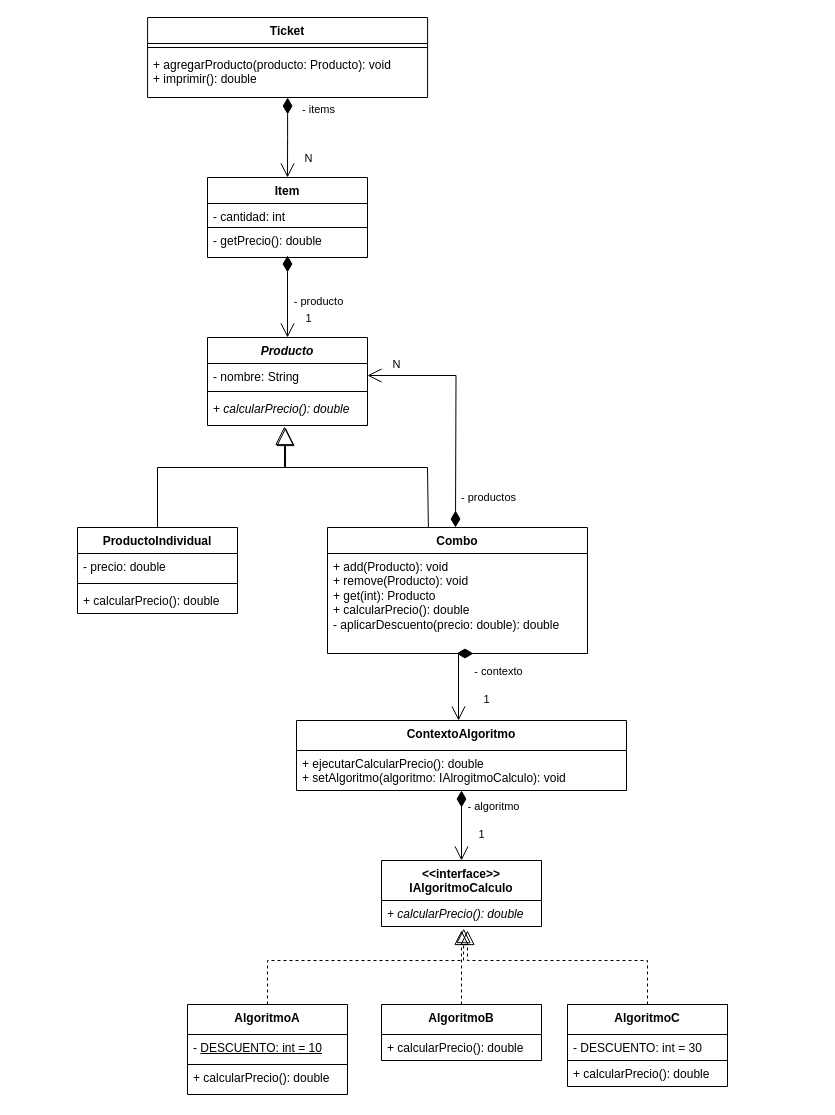
Above: TP4/PatrónCompositeUML.drawio in fedepuleio/PR2_Grupo1 (draw.io), before the change. Source tidied: cells renumbered, new cells numbered last; positions are measured from the earlier drawing's top-left corner, leaving out a move shared by most shapes. Both pictures are drawn from the tidied source at 100%, with x=0, y=0 at pixel (77, 17).
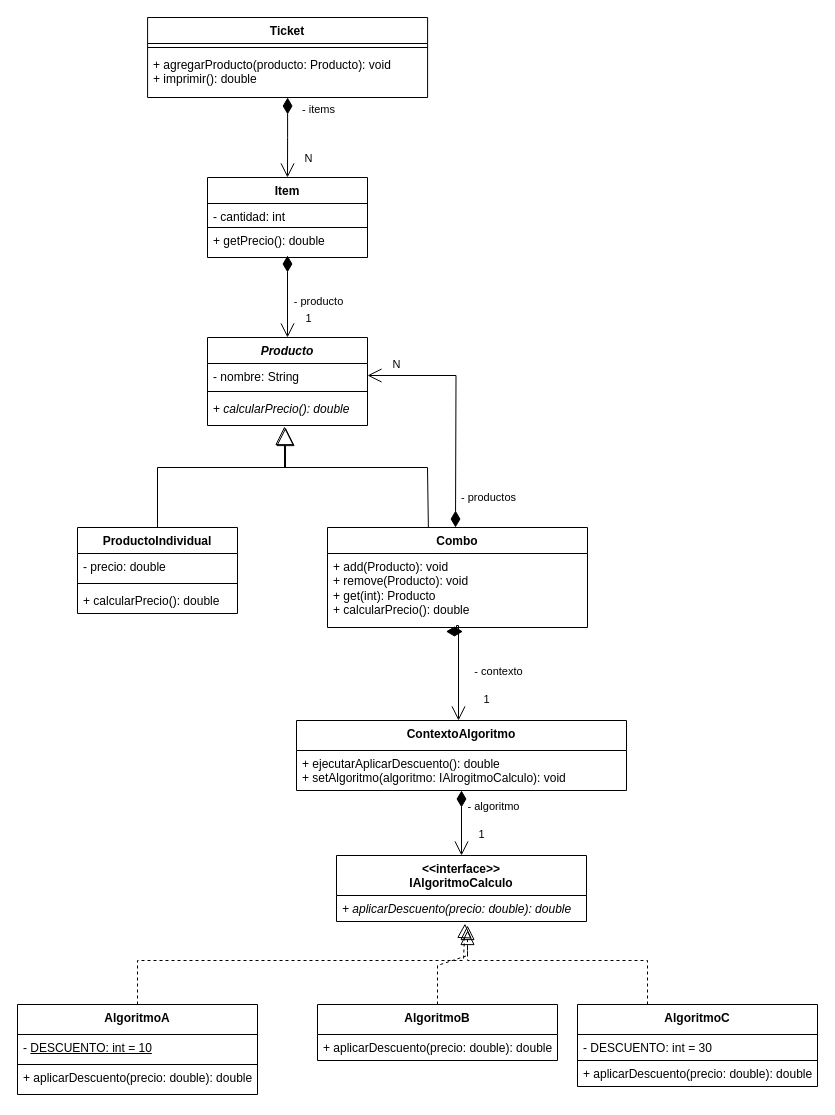
The same page after the edit.

Commit message (it also covers changes not shown here):
Correcciones a UML del tp del patron composite

The change refers to these unchanged cells:
```xml
<mxCell id="2" value="&lt;i&gt;Producto&lt;/i&gt;" style="swimlane;fontStyle=1;align=center;verticalAlign=top;horizontal=1;startSize=26;whiteSpace=wrap;html=1;" parent="1" vertex="1">
  <mxGeometry x="130" y="320" width="160" height="88" as="geometry" />
</mxCell>
<mxCell id="3" value="- nombre: String" style="text;strokeColor=none;fillColor=none;align=left;verticalAlign=top;spacingLeft=4;spacingRight=4;overflow=hidden;points=[[0,0.5],[1,0.5]];portConstraint=eastwest;whiteSpace=wrap;html=1;" parent="2" vertex="1">
  <mxGeometry y="26" width="160" height="24" as="geometry" />
</mxCell>
<mxCell id="19" value="+ agregarProducto(producto: Producto): void&lt;br&gt;+ imprimir(): double" style="text;strokeColor=none;fillColor=none;align=left;verticalAlign=top;spacingLeft=4;spacingRight=4;overflow=hidden;points=[[0,0.5],[1,0.5]];portConstraint=eastwest;whiteSpace=wrap;html=1;" parent="17" vertex="1">
  <mxGeometry y="34" width="280" height="46" as="geometry" />
</mxCell>
<mxCell id="23" value="Item" style="swimlane;fontStyle=1;align=center;verticalAlign=top;horizontal=1;startSize=26;whiteSpace=wrap;html=1;" parent="1" vertex="1">
  <mxGeometry x="130" y="160" width="160" height="80" as="geometry" />
</mxCell>
<mxCell id="42" value="ContextoAlgoritmo" style="swimlane;fontStyle=1;align=center;verticalAlign=top;horizontal=1;startSize=30;whiteSpace=wrap;html=1;" parent="1" vertex="1">
  <mxGeometry x="219" y="703" width="330" height="70" as="geometry" />
</mxCell>
```

The edit, as a diff of the source:
```diff
@@
     <mxCell id="10" value="Combo" style="swimlane;fontStyle=1;align=center;verticalAlign=top;horizontal=1;startSize=26;whiteSpace=wrap;html=1;" parent="1" vertex="1">
-      <mxGeometry x="250" y="510" width="260" height="126" as="geometry" />
+      <mxGeometry x="250" y="510" width="260" height="100" as="geometry" />
     </mxCell>
-    <mxCell id="11" value="+ add(Producto): void&lt;br&gt;+ remove(Producto): void&lt;br&gt;+ get(int): Producto&lt;br&gt;+ calcularPrecio(): double&lt;br&gt;- aplicarDescuento(precio: double): double" style="text;strokeColor=none;fillColor=none;align=left;verticalAlign=top;spacingLeft=4;spacingRight=4;overflow=hidden;whiteSpace=wrap;html=1;" parent="10" vertex="1">
-      <mxGeometry y="26" width="260" height="100" as="geometry" />
-    </mxCell>
+    <mxCell id="50" value="+ add(Producto): void&lt;br&gt;+ remove(Producto): void&lt;br&gt;+ get(int): Producto&lt;br&gt;+ calcularPrecio(): double" style="text;strokeColor=none;fillColor=none;align=left;verticalAlign=top;spacingLeft=4;spacingRight=4;overflow=hidden;points=[[0,0.5],[1,0.5]];portConstraint=eastwest;whiteSpace=wrap;html=1;" parent="10" vertex="1">
+      <mxGeometry y="26" width="260" height="74" as="geometry" />
+    </mxCell>
@@
-    <mxCell id="14" style="endArrow=open;html=1;endSize=12;startArrow=diamondThin;startSize=14;startFill=1;edgeStyle=orthogonalEdgeStyle;align=left;verticalAlign=bottom;rounded=0;entryX=1;entryY=0.5;entryDx=0;entryDy=0;" parent="1" edge="1" target="3">
-      <mxGeometry x="-1" y="3" relative="1" as="geometry">
-        <mxPoint x="378" y="510" as="sourcePoint" />
-      </mxGeometry>
-    </mxCell>
+    <mxCell id="51" style="endArrow=open;html=1;endSize=12;startArrow=diamondThin;startSize=14;startFill=1;edgeStyle=orthogonalEdgeStyle;align=left;verticalAlign=bottom;rounded=0;entryX=1;entryY=0.5;entryDx=0;entryDy=0;" parent="1" edge="1" target="3">
+      <mxGeometry x="-1" y="3" relative="1" as="geometry">
+        <mxPoint x="378" y="510" as="sourcePoint" />
+      </mxGeometry>
+    </mxCell>
-    <mxCell id="15" value="1" style="edgeLabel;html=1;align=center;verticalAlign=middle;" parent="14" vertex="1">
+    <mxCell id="15" value="1" style="edgeLabel;html=1;align=center;verticalAlign=middle;" parent="51" vertex="1">
       <mxGeometry x="-0.64" y="-3" relative="1" as="geometry">
         <mxPoint x="-151" y="-167" as="offset" />
       </mxGeometry>
     </mxCell>
-    <mxCell id="16" value="- productos" style="edgeLabel;html=1;align=center;verticalAlign=middle;" parent="14" vertex="1">
+    <mxCell id="16" value="- productos" style="edgeLabel;html=1;align=center;verticalAlign=middle;" parent="51" vertex="1">
       <mxGeometry x="-0.08" y="-1" relative="1" as="geometry">
         <mxPoint x="31" y="80" as="offset" />
       </mxGeometry>
     </mxCell>
@@
-    <mxCell id="20" style="endArrow=open;html=1;endSize=12;startArrow=diamondThin;startSize=14;startFill=1;edgeStyle=orthogonalEdgeStyle;align=left;verticalAlign=bottom;rounded=0;exitX=0.5;exitY=1;exitDx=0;exitDy=0;exitPerimeter=0;" parent="1" edge="1" source="19">
-      <mxGeometry x="-1" y="3" relative="1" as="geometry">
-        <mxPoint x="210" y="160" as="targetPoint" />
-      </mxGeometry>
-    </mxCell>
+    <mxCell id="52" style="endArrow=open;html=1;endSize=12;startArrow=diamondThin;startSize=14;startFill=1;edgeStyle=orthogonalEdgeStyle;align=left;verticalAlign=bottom;rounded=0;exitX=0.5;exitY=1;exitDx=0;exitDy=0;exitPerimeter=0;" parent="1" edge="1" source="19">
+      <mxGeometry x="-1" y="3" relative="1" as="geometry">
+        <mxPoint x="210" y="160" as="targetPoint" />
+      </mxGeometry>
+    </mxCell>
-    <mxCell id="21" value="- items" style="edgeLabel;html=1;align=center;verticalAlign=middle;" parent="20" vertex="1">
+    <mxCell id="21" value="- items" style="edgeLabel;html=1;align=center;verticalAlign=middle;" parent="52" vertex="1">
       <mxGeometry x="-0.08" y="-1" relative="1" as="geometry">
         <mxPoint x="31" y="-26" as="offset" />
       </mxGeometry>
     </mxCell>
@@
-    <mxCell id="25" value="- getPrecio(): double" style="text;strokeColor=none;fillColor=none;align=left;verticalAlign=top;spacingLeft=4;spacingRight=4;overflow=hidden;whiteSpace=wrap;html=1;" parent="23" vertex="1">
-      <mxGeometry y="50" width="160" height="30" as="geometry" />
-    </mxCell>
+    <mxCell id="53" value="+ getPrecio(): double" style="text;strokeColor=none;fillColor=none;align=left;verticalAlign=top;spacingLeft=4;spacingRight=4;overflow=hidden;whiteSpace=wrap;html=1;" parent="23" vertex="1">
+      <mxGeometry y="50" width="160" height="30" as="geometry" />
+    </mxCell>
@@
-    <mxCell id="27" style="endArrow=open;html=1;endSize=12;startArrow=diamondThin;startSize=14;startFill=1;edgeStyle=orthogonalEdgeStyle;align=left;verticalAlign=bottom;rounded=0;entryX=0.5;entryY=0;entryDx=0;entryDy=0;" parent="1" edge="1" target="2">
-      <mxGeometry x="-1" y="3" relative="1" as="geometry">
-        <mxPoint x="210" y="238" as="sourcePoint" />
-        <Array as="points">
-          <mxPoint x="210" y="238" />
-          <mxPoint x="210" y="238" />
-        </Array>
-      </mxGeometry>
-    </mxCell>
+    <mxCell id="54" style="endArrow=open;html=1;endSize=12;startArrow=diamondThin;startSize=14;startFill=1;edgeStyle=orthogonalEdgeStyle;align=left;verticalAlign=bottom;rounded=0;entryX=0.5;entryY=0;entryDx=0;entryDy=0;" parent="1" edge="1" target="2">
+      <mxGeometry x="-1" y="3" relative="1" as="geometry">
+        <mxPoint x="210" y="238" as="sourcePoint" />
+        <Array as="points">
+          <mxPoint x="210" y="238" />
+          <mxPoint x="210" y="238" />
+        </Array>
+      </mxGeometry>
+    </mxCell>
-    <mxCell id="28" value="- producto" style="edgeLabel;html=1;align=center;verticalAlign=middle;" parent="27" vertex="1">
+    <mxCell id="28" value="- producto" style="edgeLabel;html=1;align=center;verticalAlign=middle;" parent="54" vertex="1">
       <mxGeometry x="-0.08" y="-1" relative="1" as="geometry">
         <mxPoint x="31" y="7" as="offset" />
       </mxGeometry>
     </mxCell>
     <mxCell id="29" value="&amp;lt;&amp;lt;interface&amp;gt;&amp;gt;&lt;br&gt;IAlgoritmoCalculo" style="swimlane;fontStyle=1;align=center;verticalAlign=top;horizontal=1;startSize=40;whiteSpace=wrap;html=1;" parent="1" vertex="1">
-      <mxGeometry x="304" y="843" width="160" height="66" as="geometry" />
+      <mxGeometry x="259" y="838" width="250" height="66" as="geometry" />
     </mxCell>
-    <mxCell id="30" value="&lt;i&gt;+ calcularPrecio(): double&lt;/i&gt;" style="text;strokeColor=none;fillColor=none;align=left;verticalAlign=top;spacingLeft=4;spacingRight=4;overflow=hidden;points=[[0,0.5],[1,0.5]];portConstraint=eastwest;whiteSpace=wrap;html=1;" parent="29" vertex="1">
-      <mxGeometry y="40" width="160" height="26" as="geometry" />
-    </mxCell>
+    <mxCell id="55" value="&lt;i&gt;+ aplicarDescuento(precio: double): double&lt;/i&gt;" style="text;strokeColor=none;fillColor=none;align=left;verticalAlign=top;spacingLeft=4;spacingRight=4;overflow=hidden;points=[[0,0.5],[1,0.5]];portConstraint=eastwest;whiteSpace=wrap;html=1;" parent="29" vertex="1">
+      <mxGeometry y="40" width="250" height="26" as="geometry" />
+    </mxCell>
     <mxCell id="31" value="AlgoritmoA" style="swimlane;fontStyle=1;align=center;verticalAlign=top;horizontal=1;startSize=30;whiteSpace=wrap;html=1;" parent="1" vertex="1">
-      <mxGeometry x="110" y="987" width="160" height="90" as="geometry" />
+      <mxGeometry x="-60" y="987" width="240" height="90" as="geometry" />
     </mxCell>
     <mxCell id="32" value="- &lt;u&gt;DESCUENTO: int = 10&lt;/u&gt;" style="text;strokeColor=default;fillColor=none;align=left;verticalAlign=top;spacingLeft=4;spacingRight=4;overflow=hidden;whiteSpace=wrap;html=1;" parent="31" vertex="1">
-      <mxGeometry y="30" width="160" height="30" as="geometry" />
+      <mxGeometry y="30" width="240" height="30" as="geometry" />
     </mxCell>
-    <mxCell id="33" value="+ calcularPrecio(): double" style="text;strokeColor=none;fillColor=none;align=left;verticalAlign=top;spacingLeft=4;spacingRight=4;overflow=hidden;whiteSpace=wrap;html=1;" parent="31" vertex="1">
-      <mxGeometry y="60" width="160" height="30" as="geometry" />
-    </mxCell>
+    <mxCell id="56" value="+ aplicarDescuento(precio: double): double" style="text;strokeColor=none;fillColor=none;align=left;verticalAlign=top;spacingLeft=4;spacingRight=4;overflow=hidden;whiteSpace=wrap;html=1;" parent="31" vertex="1">
+      <mxGeometry y="60" width="240" height="30" as="geometry" />
+    </mxCell>
     <mxCell id="34" value="AlgoritmoB" style="swimlane;fontStyle=1;align=center;verticalAlign=top;horizontal=1;startSize=30;whiteSpace=wrap;html=1;" parent="1" vertex="1">
-      <mxGeometry x="304" y="987" width="160" height="56" as="geometry" />
+      <mxGeometry x="240" y="987" width="240" height="56" as="geometry" />
     </mxCell>
-    <mxCell id="35" value="+ calcularPrecio(): double" style="text;strokeColor=none;fillColor=none;align=left;verticalAlign=top;spacingLeft=4;spacingRight=4;overflow=hidden;whiteSpace=wrap;html=1;" parent="34" vertex="1">
-      <mxGeometry y="30" width="160" height="26" as="geometry" />
-    </mxCell>
+    <mxCell id="57" value="+ aplicarDescuento(precio: double): double" style="text;strokeColor=none;fillColor=none;align=left;verticalAlign=top;spacingLeft=4;spacingRight=4;overflow=hidden;whiteSpace=wrap;html=1;" parent="34" vertex="1">
+      <mxGeometry y="30" width="240" height="26" as="geometry" />
+    </mxCell>
     <mxCell id="36" value="AlgoritmoC" style="swimlane;fontStyle=1;align=center;verticalAlign=top;horizontal=1;startSize=30;whiteSpace=wrap;html=1;" parent="1" vertex="1">
-      <mxGeometry x="490" y="987" width="160" height="82" as="geometry" />
+      <mxGeometry x="500" y="987" width="240" height="82" as="geometry" />
     </mxCell>
     <mxCell id="37" value="- DESCUENTO: int = 30" style="text;strokeColor=default;fillColor=none;align=left;verticalAlign=top;spacingLeft=4;spacingRight=4;overflow=hidden;whiteSpace=wrap;html=1;" parent="36" vertex="1">
-      <mxGeometry y="30" width="160" height="26" as="geometry" />
+      <mxGeometry y="30" width="240" height="26" as="geometry" />
     </mxCell>
-    <mxCell id="38" value="+ calcularPrecio(): double" style="text;strokeColor=none;fillColor=none;align=left;verticalAlign=top;spacingLeft=4;spacingRight=4;overflow=hidden;whiteSpace=wrap;html=1;" parent="36" vertex="1">
-      <mxGeometry y="56" width="160" height="26" as="geometry" />
-    </mxCell>
-    <mxCell id="39" style="endArrow=block;dashed=1;endFill=0;endSize=12;html=1;rounded=0;exitX=0.5;exitY=0;exitDx=0;exitDy=0;entryX=0.514;entryY=1.081;entryDx=0;entryDy=0;entryPerimeter=0;" parent="1" edge="1" source="31" target="30">
-      <mxGeometry relative="1" as="geometry">
-        <Array as="points">
-          <mxPoint x="190" y="943" />
-          <mxPoint x="386" y="943" />
-        </Array>
-      </mxGeometry>
-    </mxCell>
-    <mxCell id="40" style="endArrow=block;dashed=1;endFill=0;endSize=12;html=1;rounded=0;exitX=0.5;exitY=0;exitDx=0;exitDy=0;" parent="1" edge="1" source="34">
-      <mxGeometry relative="1" as="geometry">
-        <mxPoint x="384" y="913" as="targetPoint" />
-        <Array as="points">
-          <mxPoint x="384" y="953" />
-        </Array>
-      </mxGeometry>
-    </mxCell>
-    <mxCell id="41" style="endArrow=block;dashed=1;endFill=0;endSize=12;html=1;rounded=0;exitX=0.5;exitY=0;exitDx=0;exitDy=0;" parent="1" edge="1">
-      <mxGeometry relative="1" as="geometry">
-        <mxPoint x="570" y="987" as="sourcePoint" />
-        <mxPoint x="390" y="913" as="targetPoint" />
-        <Array as="points">
-          <mxPoint x="570" y="943" />
-          <mxPoint x="390" y="943" />
-        </Array>
-      </mxGeometry>
-    </mxCell>
+    <mxCell id="58" value="+ aplicarDescuento(precio: double): double" style="text;strokeColor=none;fillColor=none;align=left;verticalAlign=top;spacingLeft=4;spacingRight=4;overflow=hidden;whiteSpace=wrap;html=1;" parent="36" vertex="1">
+      <mxGeometry y="56" width="240" height="26" as="geometry" />
+    </mxCell>
+    <mxCell id="59" style="endArrow=block;dashed=1;endFill=0;endSize=12;html=1;rounded=0;exitX=0.5;exitY=0;exitDx=0;exitDy=0;entryX=0.514;entryY=1.081;entryDx=0;entryDy=0;entryPerimeter=0;" parent="1" edge="1" source="31" target="55">
+      <mxGeometry relative="1" as="geometry">
+        <Array as="points">
+          <mxPoint x="60" y="943" />
+          <mxPoint x="386" y="943" />
+        </Array>
+      </mxGeometry>
+    </mxCell>
+    <mxCell id="60" style="endArrow=block;dashed=1;endFill=0;endSize=12;html=1;rounded=0;exitX=0.5;exitY=0;exitDx=0;exitDy=0;" parent="1" edge="1" source="34">
+      <mxGeometry relative="1" as="geometry">
+        <mxPoint x="390" y="908" as="targetPoint" />
+        <Array as="points">
+          <mxPoint x="360" y="948" />
+          <mxPoint x="390" y="938" />
+        </Array>
+      </mxGeometry>
+    </mxCell>
+    <mxCell id="61" style="endArrow=block;dashed=1;endFill=0;endSize=12;html=1;rounded=0;exitX=0.5;exitY=0;exitDx=0;exitDy=0;" parent="1" edge="1">
+      <mxGeometry relative="1" as="geometry">
+        <mxPoint x="570" y="987" as="sourcePoint" />
+        <mxPoint x="390" y="913" as="targetPoint" />
+        <Array as="points">
+          <mxPoint x="570" y="943" />
+          <mxPoint x="390" y="943" />
+        </Array>
+      </mxGeometry>
+    </mxCell>
@@
-    <mxCell id="43" value="+ ejecutarCalcularPrecio(): double&lt;br&gt;+ setAlgoritmo(algoritmo: IAlrogitmoCalculo): void" style="text;strokeColor=none;fillColor=none;align=left;verticalAlign=top;spacingLeft=4;spacingRight=4;overflow=hidden;whiteSpace=wrap;html=1;" parent="42" vertex="1">
-      <mxGeometry y="30" width="330" height="40" as="geometry" />
-    </mxCell>
-    <mxCell id="44" style="endArrow=open;html=1;endSize=12;startArrow=diamondThin;startSize=14;startFill=1;edgeStyle=orthogonalEdgeStyle;align=left;verticalAlign=bottom;rounded=0;entryX=0.5;entryY=0;entryDx=0;entryDy=0;exitX=0.508;exitY=1.034;exitDx=0;exitDy=0;exitPerimeter=0;" parent="1" edge="1">
-      <mxGeometry x="-1" y="3" relative="1" as="geometry">
-        <mxPoint x="379" y="636" as="sourcePoint" />
-        <mxPoint x="381" y="703" as="targetPoint" />
-        <Array as="points">
-          <mxPoint x="381" y="636" />
-        </Array>
-      </mxGeometry>
-    </mxCell>
+    <mxCell id="62" value="+ ejecutarAplicarDescuento(): double&lt;br&gt;+ setAlgoritmo(algoritmo: IAlrogitmoCalculo): void" style="text;strokeColor=none;fillColor=none;align=left;verticalAlign=top;spacingLeft=4;spacingRight=4;overflow=hidden;whiteSpace=wrap;html=1;" parent="42" vertex="1">
+      <mxGeometry y="30" width="330" height="40" as="geometry" />
+    </mxCell>
+    <mxCell id="63" style="endArrow=open;html=1;endSize=12;startArrow=diamondThin;startSize=14;startFill=1;edgeStyle=orthogonalEdgeStyle;align=left;verticalAlign=bottom;rounded=0;entryX=0.5;entryY=0;entryDx=0;entryDy=0;exitX=0.521;exitY=1.054;exitDx=0;exitDy=0;exitPerimeter=0;" parent="1" edge="1" source="50">
+      <mxGeometry x="-1" y="3" relative="1" as="geometry">
+        <mxPoint x="381" y="703" as="targetPoint" />
+        <Array as="points">
+          <mxPoint x="379" y="614" />
+          <mxPoint x="379" y="608" />
+          <mxPoint x="381" y="608" />
+        </Array>
+      </mxGeometry>
+    </mxCell>
```
